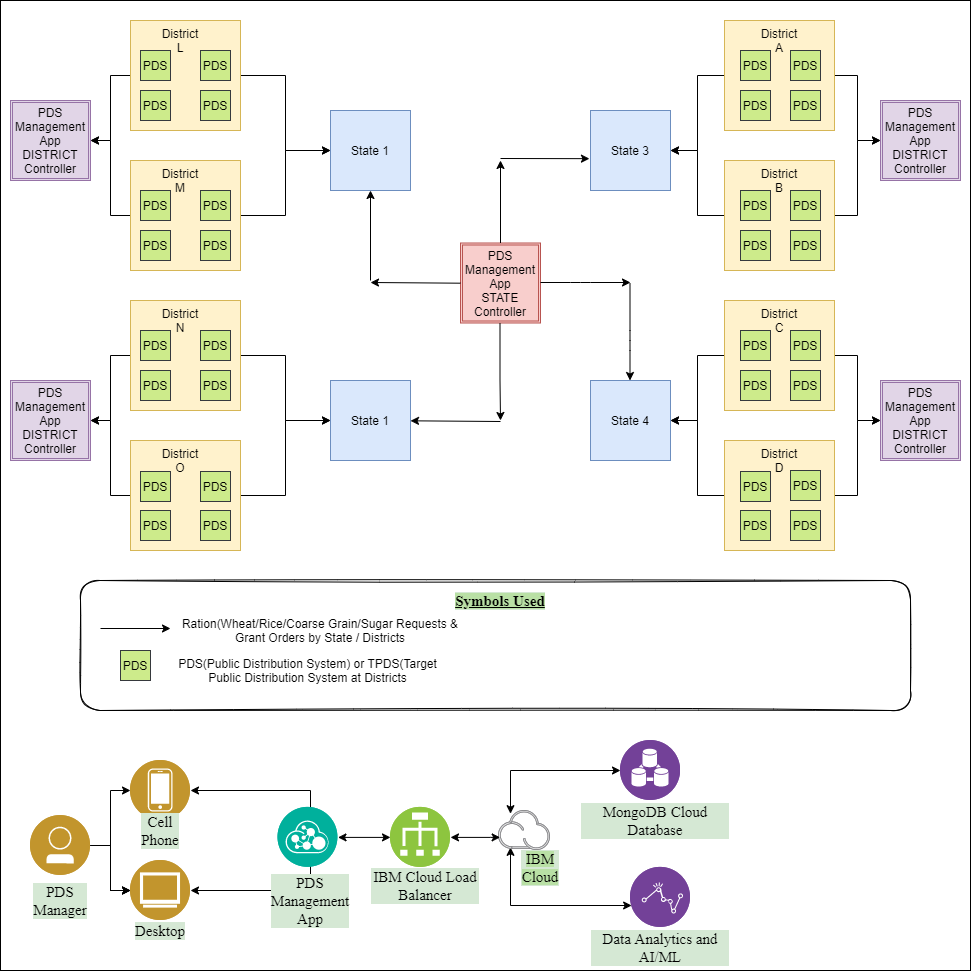
The draw.io diagram Architecture.png in gswain3316/pdsmanagement, before a commit. Source tidied: cells renumbered, new cells last; positions are measured from the earlier drawing's top-left corner, leaving out a move shared by most shapes.
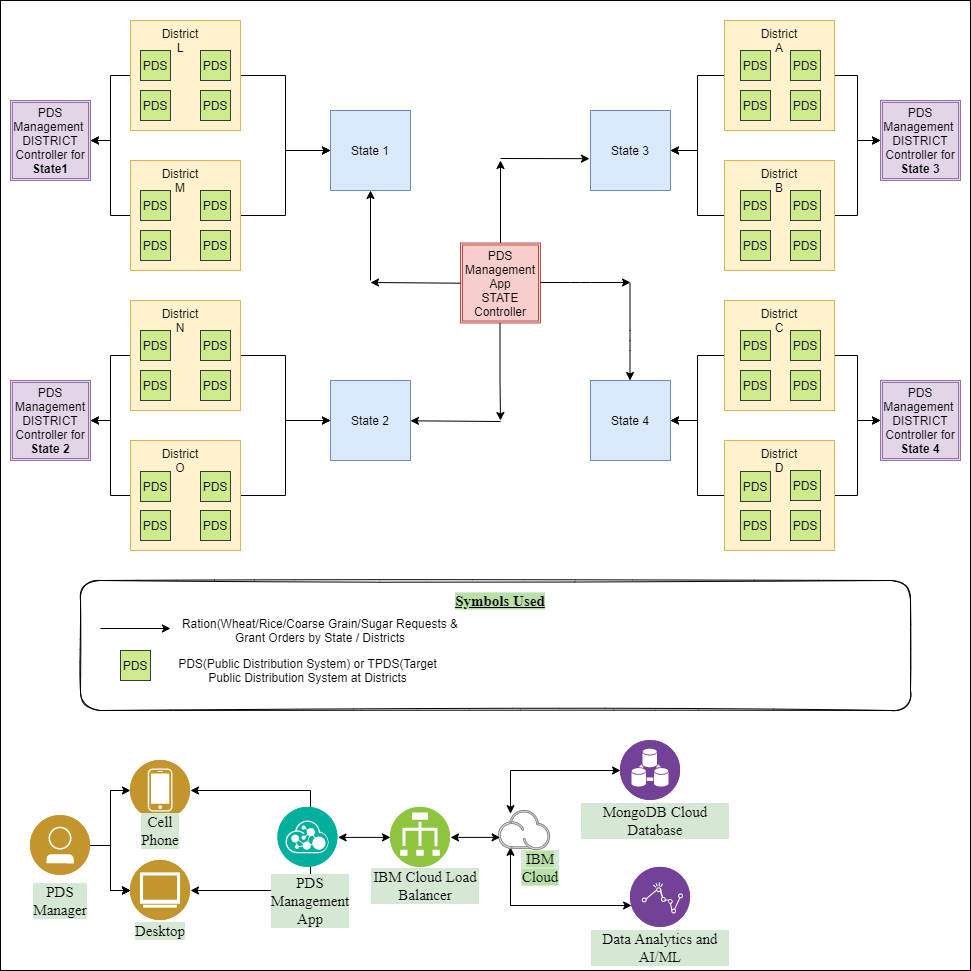
Later version of the same file.

What changed in the source:
```diff
@@ -141,7 +141,7 @@
     <mxCell id="42" value="State 1" style="whiteSpace=wrap;html=1;fillColor=#dae8fc;strokeColor=#6c8ebf;" parent="1" vertex="1">
       <mxGeometry x="330" y="110" width="80" height="80" as="geometry" />
     </mxCell>
-    <mxCell id="43" value="State 1" style="whiteSpace=wrap;html=1;fillColor=#dae8fc;strokeColor=#6c8ebf;" parent="1" vertex="1">
+    <mxCell id="43" value="State 2" style="whiteSpace=wrap;html=1;fillColor=#dae8fc;strokeColor=#6c8ebf;" parent="1" vertex="1">
       <mxGeometry x="330" y="380" width="80" height="80" as="geometry" />
     </mxCell>
     <mxCell id="44" style="endArrow=classic;html=1;endFill=1;" parent="1" edge="1">
@@ -265,16 +265,16 @@
     <mxCell id="79" value="District O" style="text;html=1;strokeColor=none;fillColor=none;align=center;verticalAlign=middle;whiteSpace=wrap;rounded=0;" parent="1" vertex="1">
       <mxGeometry x="160" y="450" width="40" height="20" as="geometry" />
     </mxCell>
-    <mxCell id="80" value="PDS Management App&lt;br&gt;DISTRICT Controller" style="shape=ext;double=1;whiteSpace=wrap;html=1;fillColor=#e1d5e7;strokeColor=#9673a6;" parent="1" vertex="1">
+    <mxCell id="80" value="PDS Management&amp;nbsp;&lt;br&gt;DISTRICT Controller for &lt;b&gt;State1&lt;/b&gt;" style="shape=ext;double=1;whiteSpace=wrap;html=1;fillColor=#e1d5e7;strokeColor=#9673a6;" parent="1" vertex="1">
       <mxGeometry x="10" y="100" width="80" height="80" as="geometry" />
     </mxCell>
-    <mxCell id="81" value="PDS Management App&lt;br&gt;DISTRICT Controller" style="shape=ext;double=1;whiteSpace=wrap;html=1;fillColor=#e1d5e7;strokeColor=#9673a6;" parent="1" vertex="1">
+    <mxCell id="81" value="PDS Management&amp;nbsp;&lt;br&gt;DISTRICT Controller for &lt;b&gt;State 3&lt;/b&gt;" style="shape=ext;double=1;whiteSpace=wrap;html=1;fillColor=#e1d5e7;strokeColor=#9673a6;" parent="1" vertex="1">
       <mxGeometry x="880" y="100" width="80" height="80" as="geometry" />
     </mxCell>
-    <mxCell id="82" value="PDS Management App&lt;br&gt;DISTRICT Controller" style="shape=ext;double=1;whiteSpace=wrap;html=1;fillColor=#e1d5e7;strokeColor=#9673a6;" parent="1" vertex="1">
+    <mxCell id="82" value="PDS Management&lt;br&gt;DISTRICT Controller for &lt;b&gt;State 2&lt;/b&gt;" style="shape=ext;double=1;whiteSpace=wrap;html=1;fillColor=#e1d5e7;strokeColor=#9673a6;" parent="1" vertex="1">
       <mxGeometry x="10" y="380" width="80" height="80" as="geometry" />
     </mxCell>
-    <mxCell id="83" value="PDS Management App&lt;br&gt;DISTRICT Controller" style="shape=ext;double=1;whiteSpace=wrap;html=1;fillColor=#e1d5e7;strokeColor=#9673a6;" parent="1" vertex="1">
+    <mxCell id="83" value="PDS Management&amp;nbsp;&lt;br&gt;DISTRICT Controller for &lt;b&gt;State 4&lt;/b&gt;" style="shape=ext;double=1;whiteSpace=wrap;html=1;fillColor=#e1d5e7;strokeColor=#9673a6;" parent="1" vertex="1">
       <mxGeometry x="880" y="380" width="80" height="80" as="geometry" />
     </mxCell>
     <mxCell id="84" style="rounded=1;whiteSpace=wrap;html=1;shadow=0;sketch=1;glass=0;fillStyle=solid;fontFamily=Times New Roman;labelBackgroundColor=#D5E8D4;" parent="1" vertex="1">
```
